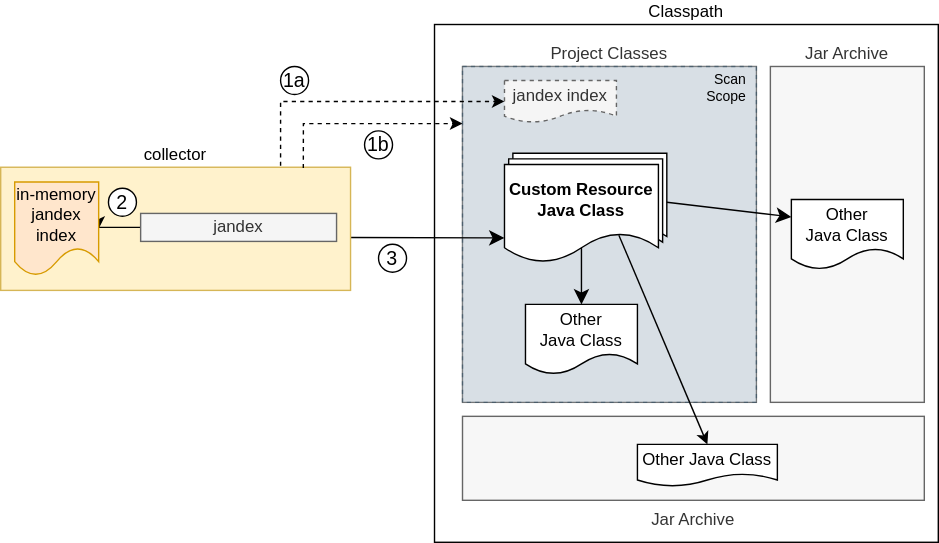
Earlier version of the draw.io export collector-project-scan-scope.drawio.svg (baloo42/crd-generator-maven-plugin-docs-draft). Source tidied: cells renumbered, new cells last; positions are measured from the earlier drawing's top-left corner, leaving out a move shared by most shapes. The source it was exported from:
```xml
<mxGraphModel>
  <root>
    <mxCell id="0" />
    <mxCell id="1" parent="0" />
    <mxCell id="2" value="Classpath" style="shape=label;whiteSpace=wrap;html=1;boundedLbl=1;labelPosition=center;verticalLabelPosition=top;align=center;verticalAlign=bottom;rounded=0;" parent="1" vertex="1">
      <mxGeometry x="310" width="360" height="370" as="geometry" />
    </mxCell>
    <mxCell id="3" value="Jar Archive" style="shape=label;whiteSpace=wrap;html=1;boundedLbl=1;labelPosition=center;verticalLabelPosition=top;align=center;verticalAlign=bottom;rounded=0;fillColor=#F7F7F7;fontColor=#333333;strokeColor=#666666;" parent="1" vertex="1">
      <mxGeometry x="550" y="30" width="110" height="240" as="geometry" />
    </mxCell>
    <mxCell id="4" value="Project Classes" style="shape=label;whiteSpace=wrap;html=1;boundedLbl=1;labelPosition=center;verticalLabelPosition=top;align=center;verticalAlign=bottom;rounded=0;fillColor=#F7F7F7;strokeColor=#666666;fontColor=#333333;" parent="1" vertex="1">
      <mxGeometry x="330" y="30" width="210" height="240" as="geometry" />
    </mxCell>
    <mxCell id="5" style="shape=label;whiteSpace=wrap;html=1;boundedLbl=1;labelPosition=center;verticalLabelPosition=top;align=center;verticalAlign=bottom;rounded=0;dashed=1;fillStyle=auto;fillColor=#bac8d3;strokeColor=#23445d;opacity=50;" parent="1" vertex="1">
      <mxGeometry x="330" y="30" width="210" height="240" as="geometry" />
    </mxCell>
    <mxCell id="6" value="Custom Resource&lt;br&gt;Java Class" style="shape=document;whiteSpace=wrap;html=1;boundedLbl=1;labelPosition=center;verticalLabelPosition=middle;align=center;verticalAlign=middle;fontStyle=1;" parent="1" vertex="1">
      <mxGeometry x="366" y="92" width="110" height="70" as="geometry" />
    </mxCell>
    <mxCell id="7" value="Custom Resource&lt;br&gt;Java Class" style="shape=document;whiteSpace=wrap;html=1;boundedLbl=1;labelPosition=center;verticalLabelPosition=middle;align=center;verticalAlign=middle;fontStyle=1;" parent="1" vertex="1">
      <mxGeometry x="363" y="96" width="110" height="70" as="geometry" />
    </mxCell>
    <mxCell id="8" style="edgeStyle=none;curved=1;rounded=0;jettySize=auto;html=1;exitX=0.5;exitY=0;exitDx=0;exitDy=0;fontSize=12;startSize=8;endSize=8;" parent="1" edge="1" source="9" target="11">
      <mxGeometry relative="1" as="geometry" />
    </mxCell>
    <mxCell id="9" value="Custom Resource&lt;br&gt;Java Class" style="shape=document;whiteSpace=wrap;html=1;boundedLbl=1;labelPosition=center;verticalLabelPosition=middle;align=center;verticalAlign=middle;fontStyle=1;" parent="1" vertex="1">
      <mxGeometry x="360" y="100" width="110" height="70" as="geometry" />
    </mxCell>
    <mxCell id="10" value="Other&lt;br&gt;Java&amp;nbsp;Class" style="shape=document;whiteSpace=wrap;html=1;boundedLbl=1;labelPosition=center;verticalLabelPosition=middle;align=center;verticalAlign=middle;" parent="1" vertex="1">
      <mxGeometry x="565" y="125" width="80" height="50" as="geometry" />
    </mxCell>
    <mxCell id="11" value="Other&lt;br&gt;Java&amp;nbsp;Class" style="shape=document;whiteSpace=wrap;html=1;boundedLbl=1;labelPosition=center;verticalLabelPosition=middle;align=center;verticalAlign=middle;" parent="1" vertex="1">
      <mxGeometry x="375" y="200" width="80" height="50" as="geometry" />
    </mxCell>
    <mxCell id="12" style="edgeStyle=none;curved=1;rounded=0;jettySize=auto;html=1;exitX=1;exitY=0.5;exitDx=0;exitDy=0;entryX=0;entryY=0.25;entryDx=0;entryDy=0;fontSize=12;startSize=8;endSize=8;" parent="1" edge="1" source="6" target="10">
      <mxGeometry relative="1" as="geometry" />
    </mxCell>
    <mxCell id="13" style="edgeStyle=none;curved=1;rounded=0;jettySize=auto;html=1;exitX=0.997;exitY=0.571;exitDx=0;exitDy=0;entryX=0;entryY=0.75;entryDx=0;entryDy=0;fontSize=12;startSize=8;endSize=8;exitPerimeter=0;" parent="1" edge="1" source="15" target="9">
      <mxGeometry relative="1" as="geometry" />
    </mxCell>
    <mxCell id="14" style="rounded=0;jettySize=auto;html=1;entryX=0;entryY=0.5;entryDx=0;entryDy=0;dashed=1;" parent="1" edge="1" target="20">
      <mxGeometry relative="1" as="geometry">
        <mxPoint x="200" y="101" as="sourcePoint" />
        <Array as="points">
          <mxPoint x="200" y="55" />
        </Array>
      </mxGeometry>
    </mxCell>
    <mxCell id="15" value="collector" style="rounded=0;whiteSpace=wrap;html=1;labelPosition=center;verticalLabelPosition=top;align=center;verticalAlign=bottom;fillColor=#fff2cc;strokeColor=#d6b656;" parent="1" vertex="1">
      <mxGeometry y="102" width="250" height="88" as="geometry" />
    </mxCell>
    <mxCell id="16" style="edgeStyle=orthogonalEdgeStyle;rounded=0;jettySize=auto;html=1;exitX=0;exitY=0.5;exitDx=0;exitDy=0;entryX=1;entryY=0.5;entryDx=0;entryDy=0;" parent="1" edge="1" source="17" target="19">
      <mxGeometry relative="1" as="geometry" />
    </mxCell>
    <mxCell id="17" value="jandex" style="rounded=0;whiteSpace=wrap;html=1;fillColor=#f5f5f5;fontColor=#333333;strokeColor=#666666;" parent="1" vertex="1">
      <mxGeometry x="100" y="135" width="140" height="20" as="geometry" />
    </mxCell>
    <mxCell id="18" value="Scan&lt;br style=&quot;font-size: 10px;&quot;&gt;Scope" style="text;html=1;align=right;verticalAlign=middle;whiteSpace=wrap;rounded=0;fontSize=10;fontStyle=0;" parent="1" vertex="1">
      <mxGeometry x="475" y="30" width="60" height="30" as="geometry" />
    </mxCell>
    <mxCell id="19" value="in-memory&lt;br&gt;jandex&lt;br&gt;index" style="shape=document;whiteSpace=wrap;html=1;boundedLbl=1;fillColor=#ffe6cc;strokeColor=#d79b00;" parent="1" vertex="1">
      <mxGeometry x="10" y="112.5" width="60" height="67" as="geometry" />
    </mxCell>
    <mxCell id="20" value="jandex index" style="shape=document;whiteSpace=wrap;html=1;boundedLbl=1;fillColor=#f5f5f5;strokeColor=#666666;fontColor=#333333;dashed=1;" parent="1" vertex="1">
      <mxGeometry x="360" y="40" width="80" height="30" as="geometry" />
    </mxCell>
    <mxCell id="21" value="Jar Archive" style="shape=label;whiteSpace=wrap;html=1;boundedLbl=1;labelPosition=center;verticalLabelPosition=bottom;align=center;verticalAlign=top;rounded=0;fillColor=#F7F7F7;fontColor=#333333;strokeColor=#666666;" parent="1" vertex="1">
      <mxGeometry x="330" y="280" width="330" height="60" as="geometry" />
    </mxCell>
    <mxCell id="22" value="Other&amp;nbsp;Java&amp;nbsp;Class" style="shape=document;whiteSpace=wrap;html=1;boundedLbl=1;labelPosition=center;verticalLabelPosition=middle;align=center;verticalAlign=middle;" parent="1" vertex="1">
      <mxGeometry x="455" y="300" width="100" height="30" as="geometry" />
    </mxCell>
    <mxCell id="23" style="edgeStyle=orthogonalEdgeStyle;rounded=0;jettySize=auto;html=1;exitX=0.865;exitY=0.007;exitDx=0;exitDy=0;entryX=0;entryY=0.17;entryDx=0;entryDy=0;entryPerimeter=0;dashed=1;exitPerimeter=0;" parent="1" edge="1" source="15" target="4">
      <mxGeometry relative="1" as="geometry">
        <Array as="points">
          <mxPoint x="216" y="71" />
        </Array>
      </mxGeometry>
    </mxCell>
    <mxCell id="24" style="rounded=0;jettySize=auto;html=1;entryX=0.5;entryY=0;entryDx=0;entryDy=0;exitX=0.743;exitY=0.722;exitDx=0;exitDy=0;exitPerimeter=0;" parent="1" edge="1" source="9" target="22">
      <mxGeometry relative="1" as="geometry" />
    </mxCell>
    <mxCell id="25" value="1a" style="ellipse;whiteSpace=wrap;html=1;fontSize=14;" parent="1" vertex="1">
      <mxGeometry x="200" y="30" width="20" height="20" as="geometry" />
    </mxCell>
    <mxCell id="26" value="1b" style="ellipse;whiteSpace=wrap;html=1;fontSize=14;" parent="1" vertex="1">
      <mxGeometry x="260" y="76" width="20" height="20" as="geometry" />
    </mxCell>
    <mxCell id="27" value="2" style="ellipse;whiteSpace=wrap;html=1;fontSize=14;" parent="1" vertex="1">
      <mxGeometry x="77" y="117" width="20" height="20" as="geometry" />
    </mxCell>
    <mxCell id="28" value="3" style="ellipse;whiteSpace=wrap;html=1;fontSize=14;" parent="1" vertex="1">
      <mxGeometry x="270" y="157" width="20" height="20" as="geometry" />
    </mxCell>
  </root>
</mxGraphModel>
```
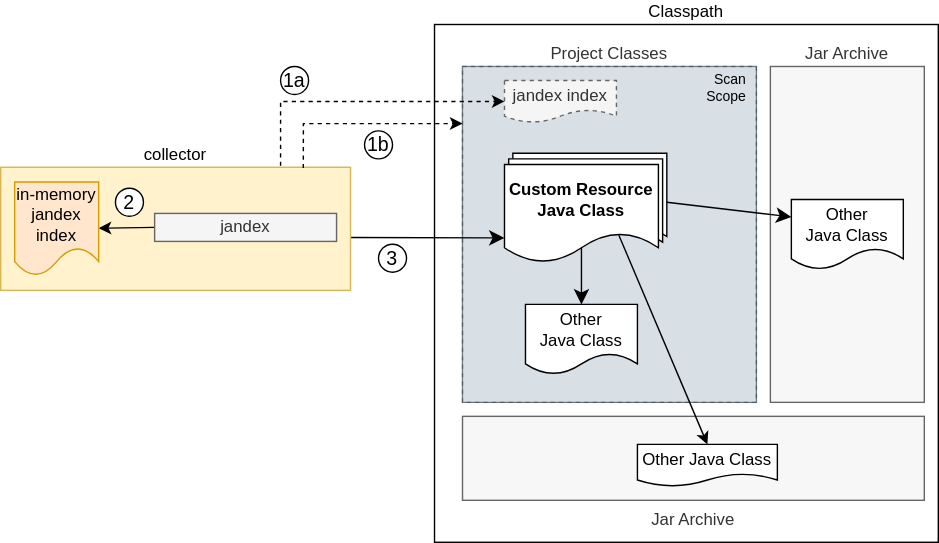
The same diagram one commit later.

Commit message:
Improve diagrams

Diff of the diagram source:
```diff
@@ -49,11 +49,11 @@
     <mxCell id="15" value="collector" style="rounded=0;whiteSpace=wrap;html=1;labelPosition=center;verticalLabelPosition=top;align=center;verticalAlign=bottom;fillColor=#fff2cc;strokeColor=#d6b656;" parent="1" vertex="1">
       <mxGeometry y="102" width="250" height="88" as="geometry" />
     </mxCell>
-    <mxCell id="16" style="edgeStyle=orthogonalEdgeStyle;rounded=0;jettySize=auto;html=1;exitX=0;exitY=0.5;exitDx=0;exitDy=0;entryX=1;entryY=0.5;entryDx=0;entryDy=0;" parent="1" edge="1" source="17" target="19">
+    <mxCell id="16" style="edgeStyle=none;hachureGap=4;html=1;exitX=0;exitY=0.5;exitDx=0;exitDy=0;fontFamily=Architects Daughter;fontSource=https%3A%2F%2Ffonts.googleapis.com%2Fcss%3Ffamily%3DArchitects%2BDaughter;fontSize=16;" parent="1" edge="1" source="17" target="19">
       <mxGeometry relative="1" as="geometry" />
     </mxCell>
     <mxCell id="17" value="jandex" style="rounded=0;whiteSpace=wrap;html=1;fillColor=#f5f5f5;fontColor=#333333;strokeColor=#666666;" parent="1" vertex="1">
-      <mxGeometry x="100" y="135" width="140" height="20" as="geometry" />
+      <mxGeometry x="110" y="135" width="130" height="20" as="geometry" />
     </mxCell>
     <mxCell id="18" value="Scan&lt;br style=&quot;font-size: 10px;&quot;&gt;Scope" style="text;html=1;align=right;verticalAlign=middle;whiteSpace=wrap;rounded=0;fontSize=10;fontStyle=0;" parent="1" vertex="1">
       <mxGeometry x="475" y="30" width="60" height="30" as="geometry" />
@@ -87,7 +87,7 @@
       <mxGeometry x="260" y="76" width="20" height="20" as="geometry" />
     </mxCell>
     <mxCell id="27" value="2" style="ellipse;whiteSpace=wrap;html=1;fontSize=14;" parent="1" vertex="1">
-      <mxGeometry x="77" y="117" width="20" height="20" as="geometry" />
+      <mxGeometry x="82" y="117" width="20" height="20" as="geometry" />
     </mxCell>
     <mxCell id="28" value="3" style="ellipse;whiteSpace=wrap;html=1;fontSize=14;" parent="1" vertex="1">
       <mxGeometry x="270" y="157" width="20" height="20" as="geometry" />
```
